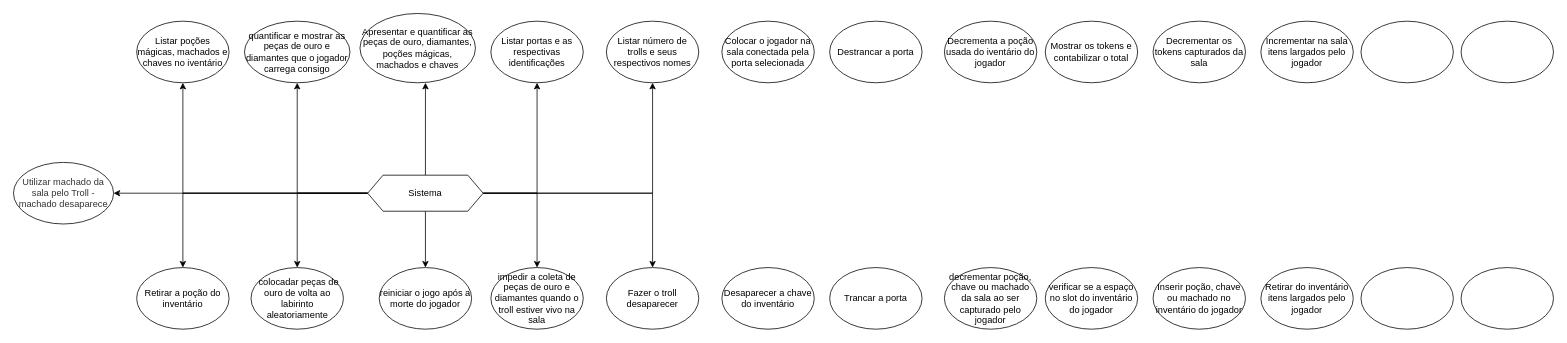
Earlier version of the draw.io diagram page "Página-1" (1 of 3) of Operacoes.drawio (renanreyc/EngenhariaDeSoftware). Source tidied: cells renumbered, new cells numbered last; positions are measured from the earlier drawing's top-left corner, leaving out a move shared by most shapes. Both pictures are drawn from the tidied source at 77%, with x=0, y=0 at pixel (13, 13).
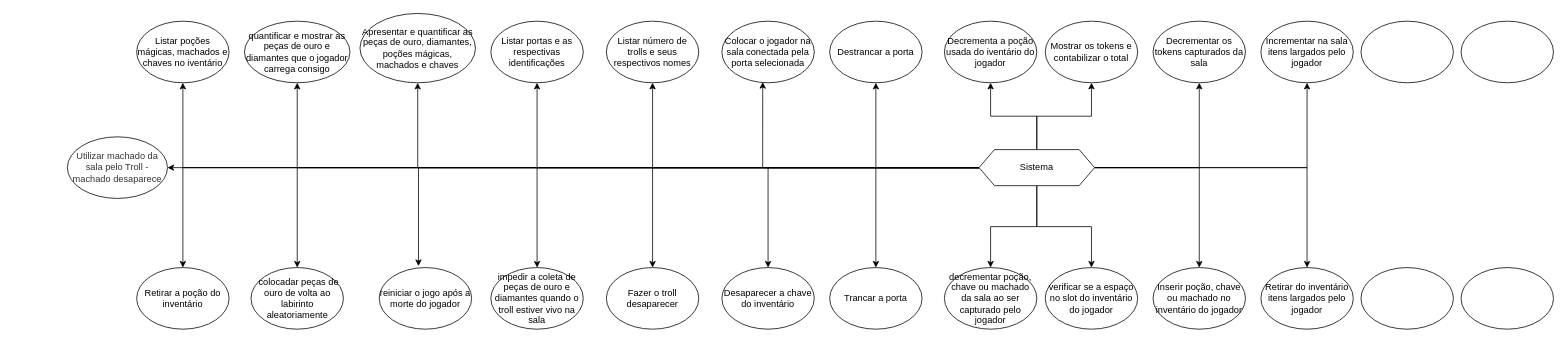
Above is the later version.

Unchanged cells that the change refers to:
```xml
<mxCell id="16" value="&lt;span&gt;Apresentar e quantificar as peças de ouro, diamantes, poções mágicas, machados e chaves&lt;/span&gt;" style="ellipse;whiteSpace=wrap;html=1;" parent="1" vertex="1">
  <mxGeometry x="450" width="150" height="90" as="geometry" />
</mxCell>
<mxCell id="17" value="&lt;span&gt;Listar portas e as respectivas identificações&lt;/span&gt;" style="ellipse;whiteSpace=wrap;html=1;" parent="1" vertex="1">
  <mxGeometry x="620" y="10" width="120" height="80" as="geometry" />
</mxCell>
<mxCell id="18" value="&lt;span&gt;Listar número de trolls e seus respectivos nomes&lt;/span&gt;" style="ellipse;whiteSpace=wrap;html=1;" parent="1" vertex="1">
  <mxGeometry x="770" y="10" width="120" height="80" as="geometry" />
</mxCell>
<mxCell id="22" value="reiniciar o jogo após a morte do jogador" style="ellipse;whiteSpace=wrap;html=1;" parent="1" vertex="1">
  <mxGeometry x="475" y="330" width="120" height="80" as="geometry" />
</mxCell>
<mxCell id="23" value="impedir a coleta de peças de ouro e diamantes quando o troll estiver vivo na sala" style="ellipse;whiteSpace=wrap;html=1;" parent="1" vertex="1">
  <mxGeometry x="620" y="330" width="120" height="80" as="geometry" />
</mxCell>
<mxCell id="24" value="Fazer o troll desaparecer" style="ellipse;whiteSpace=wrap;html=1;" parent="1" vertex="1">
  <mxGeometry x="770" y="330" width="120" height="80" as="geometry" />
</mxCell>
<mxCell id="25" value="Colocar o jogador na sala conectada pela porta selecionada" style="ellipse;whiteSpace=wrap;html=1;" parent="1" vertex="1">
  <mxGeometry x="920" y="10" width="120" height="80" as="geometry" />
</mxCell>
<mxCell id="26" value="Desaparecer a chave do inventário" style="ellipse;whiteSpace=wrap;html=1;" parent="1" vertex="1">
  <mxGeometry x="920" y="330" width="120" height="80" as="geometry" />
</mxCell>
<mxCell id="27" value="Destrancar a porta" style="ellipse;whiteSpace=wrap;html=1;" parent="1" vertex="1">
  <mxGeometry x="1060" y="10" width="120" height="80" as="geometry" />
</mxCell>
<mxCell id="28" value="Trancar a porta" style="ellipse;whiteSpace=wrap;html=1;" parent="1" vertex="1">
  <mxGeometry x="1060" y="330" width="120" height="80" as="geometry" />
</mxCell>
<mxCell id="29" value="Decrementa a poção usada do iventário do jogador" style="ellipse;whiteSpace=wrap;html=1;" parent="1" vertex="1">
  <mxGeometry x="1209" y="10" width="120" height="80" as="geometry" />
</mxCell>
<mxCell id="30" value="decrementar poção, chave ou machado da sala ao ser capturado pelo jogador" style="ellipse;whiteSpace=wrap;html=1;" parent="1" vertex="1">
  <mxGeometry x="1209" y="330" width="120" height="80" as="geometry" />
</mxCell>
<mxCell id="31" value="Mostrar os tokens e contabilizar o total" style="ellipse;whiteSpace=wrap;html=1;" parent="1" vertex="1">
  <mxGeometry x="1340" y="10" width="120" height="80" as="geometry" />
</mxCell>
<mxCell id="32" value="verificar se a espaço no slot do inventário do jogador" style="ellipse;whiteSpace=wrap;html=1;" parent="1" vertex="1">
  <mxGeometry x="1340" y="330" width="120" height="80" as="geometry" />
</mxCell>
<mxCell id="33" value="Decrementar os tokens capturados da sala" style="ellipse;whiteSpace=wrap;html=1;" parent="1" vertex="1">
  <mxGeometry x="1480" y="10" width="120" height="80" as="geometry" />
</mxCell>
<mxCell id="34" value="Inserir poção, chave ou machado no inventário do jogador" style="ellipse;whiteSpace=wrap;html=1;" parent="1" vertex="1">
  <mxGeometry x="1480" y="330" width="120" height="80" as="geometry" />
</mxCell>
<mxCell id="35" value="Incrementar na sala itens largados pelo jogador" style="ellipse;whiteSpace=wrap;html=1;" parent="1" vertex="1">
  <mxGeometry x="1620" y="10" width="120" height="80" as="geometry" />
</mxCell>
<mxCell id="36" value="Retirar do inventário itens largados pelo jogador" style="ellipse;whiteSpace=wrap;html=1;" parent="1" vertex="1">
  <mxGeometry x="1620" y="330" width="120" height="80" as="geometry" />
</mxCell>
```

What changed in the source:
```diff
@@
-    <mxCell id="5" style="edgeStyle=orthogonalEdgeStyle;rounded=0;jettySize=auto;html=1;exitX=0.5;exitY=0;exitDx=0;exitDy=0;entryX=0.567;entryY=1;entryDx=0;entryDy=0;entryPerimeter=0;" parent="1" edge="1" source="13" target="16">
+    <mxCell id="5" style="edgeStyle=orthogonalEdgeStyle;rounded=0;jettySize=auto;html=1;exitX=0;exitY=0.5;exitDx=0;exitDy=0;entryX=0.5;entryY=1;entryDx=0;entryDy=0;" parent="1" edge="1" source="13" target="16">
       <mxGeometry relative="1" as="geometry" />
     </mxCell>
+    <mxCell id="9" style="edgeStyle=orthogonalEdgeStyle;rounded=0;jettySize=auto;html=1;exitX=0;exitY=0.5;exitDx=0;exitDy=0;entryX=0.5;entryY=1;entryDx=0;entryDy=0;" parent="1" edge="1" source="13" target="17">
+      <mxGeometry relative="1" as="geometry" />
+    </mxCell>
+    <mxCell id="10" style="edgeStyle=orthogonalEdgeStyle;rounded=0;jettySize=auto;html=1;exitX=0;exitY=0.5;exitDx=0;exitDy=0;entryX=0.5;entryY=1;entryDx=0;entryDy=0;" parent="1" edge="1" source="13" target="18">
+      <mxGeometry relative="1" as="geometry" />
+    </mxCell>
+    <mxCell id="41" style="edgeStyle=orthogonalEdgeStyle;rounded=0;jettySize=auto;html=1;exitX=0;exitY=0.5;exitDx=0;exitDy=0;entryX=0.442;entryY=0.988;entryDx=0;entryDy=0;entryPerimeter=0;" parent="1" edge="1" source="13" target="25">
+      <mxGeometry relative="1" as="geometry" />
+    </mxCell>
+    <mxCell id="42" style="edgeStyle=orthogonalEdgeStyle;rounded=0;jettySize=auto;html=1;exitX=0;exitY=0.5;exitDx=0;exitDy=0;" parent="1" edge="1" source="13" target="27">
+      <mxGeometry relative="1" as="geometry" />
+    </mxCell>
@@
-    <mxCell id="8" style="edgeStyle=orthogonalEdgeStyle;rounded=0;jettySize=auto;html=1;exitX=0.5;exitY=1;exitDx=0;exitDy=0;entryX=0.5;entryY=0;entryDx=0;entryDy=0;" parent="1" edge="1" source="13" target="22">
+    <mxCell id="8" style="edgeStyle=orthogonalEdgeStyle;rounded=0;jettySize=auto;html=1;exitX=0;exitY=0.5;exitDx=0;exitDy=0;entryX=0.425;entryY=-0.025;entryDx=0;entryDy=0;entryPerimeter=0;" parent="1" edge="1" source="13" target="22">
       <mxGeometry relative="1" as="geometry" />
     </mxCell>
-    <mxCell id="9" style="edgeStyle=orthogonalEdgeStyle;rounded=0;jettySize=auto;html=1;exitX=1;exitY=0.5;exitDx=0;exitDy=0;" parent="1" edge="1" source="13" target="17">
-      <mxGeometry relative="1" as="geometry" />
-    </mxCell>
-    <mxCell id="10" style="edgeStyle=orthogonalEdgeStyle;rounded=0;jettySize=auto;html=1;exitX=1;exitY=0.5;exitDx=0;exitDy=0;entryX=0.5;entryY=1;entryDx=0;entryDy=0;" parent="1" edge="1" source="13" target="18">
-      <mxGeometry relative="1" as="geometry" />
-    </mxCell>
-    <mxCell id="11" style="edgeStyle=orthogonalEdgeStyle;rounded=0;jettySize=auto;html=1;exitX=1;exitY=0.5;exitDx=0;exitDy=0;" parent="1" edge="1" source="13" target="23">
+    <mxCell id="11" style="edgeStyle=orthogonalEdgeStyle;rounded=0;jettySize=auto;html=1;exitX=0;exitY=0.5;exitDx=0;exitDy=0;entryX=0.5;entryY=0;entryDx=0;entryDy=0;" parent="1" edge="1" source="13" target="23">
       <mxGeometry relative="1" as="geometry" />
     </mxCell>
-    <mxCell id="12" style="edgeStyle=orthogonalEdgeStyle;rounded=0;jettySize=auto;html=1;exitX=1;exitY=0.5;exitDx=0;exitDy=0;" parent="1" edge="1" source="13" target="24">
+    <mxCell id="12" style="edgeStyle=orthogonalEdgeStyle;rounded=0;jettySize=auto;html=1;exitX=0;exitY=0.5;exitDx=0;exitDy=0;entryX=0.5;entryY=0;entryDx=0;entryDy=0;" parent="1" edge="1" source="13" target="24">
       <mxGeometry relative="1" as="geometry" />
     </mxCell>
+    <mxCell id="43" style="edgeStyle=orthogonalEdgeStyle;rounded=0;jettySize=auto;html=1;exitX=0;exitY=0.5;exitDx=0;exitDy=0;" parent="1" edge="1" source="13" target="26">
+      <mxGeometry relative="1" as="geometry" />
+    </mxCell>
+    <mxCell id="44" style="edgeStyle=orthogonalEdgeStyle;rounded=0;jettySize=auto;html=1;exitX=0;exitY=0.5;exitDx=0;exitDy=0;entryX=0.5;entryY=0;entryDx=0;entryDy=0;" parent="1" edge="1" source="13" target="28">
+      <mxGeometry relative="1" as="geometry" />
+    </mxCell>
+    <mxCell id="45" style="edgeStyle=orthogonalEdgeStyle;rounded=0;jettySize=auto;html=1;exitX=0.5;exitY=0;exitDx=0;exitDy=0;entryX=0.5;entryY=1;entryDx=0;entryDy=0;" parent="1" edge="1" source="13" target="29">
+      <mxGeometry relative="1" as="geometry" />
+    </mxCell>
+    <mxCell id="46" style="edgeStyle=orthogonalEdgeStyle;rounded=0;jettySize=auto;html=1;exitX=0.5;exitY=0;exitDx=0;exitDy=0;entryX=0.5;entryY=1;entryDx=0;entryDy=0;" parent="1" edge="1" source="13" target="31">
+      <mxGeometry relative="1" as="geometry" />
+    </mxCell>
+    <mxCell id="47" style="edgeStyle=orthogonalEdgeStyle;rounded=0;jettySize=auto;html=1;exitX=0.5;exitY=1;exitDx=0;exitDy=0;entryX=0.5;entryY=0;entryDx=0;entryDy=0;" parent="1" edge="1" source="13" target="30">
+      <mxGeometry relative="1" as="geometry" />
+    </mxCell>
+    <mxCell id="48" style="edgeStyle=orthogonalEdgeStyle;rounded=0;jettySize=auto;html=1;exitX=0.5;exitY=1;exitDx=0;exitDy=0;entryX=0.5;entryY=0;entryDx=0;entryDy=0;" parent="1" edge="1" source="13" target="32">
+      <mxGeometry relative="1" as="geometry" />
+    </mxCell>
+    <mxCell id="49" style="edgeStyle=orthogonalEdgeStyle;rounded=0;jettySize=auto;html=1;exitX=1;exitY=0.5;exitDx=0;exitDy=0;entryX=0.5;entryY=1;entryDx=0;entryDy=0;" parent="1" edge="1" source="13" target="33">
+      <mxGeometry relative="1" as="geometry" />
+    </mxCell>
+    <mxCell id="50" style="edgeStyle=orthogonalEdgeStyle;rounded=0;jettySize=auto;html=1;exitX=1;exitY=0.5;exitDx=0;exitDy=0;entryX=0.5;entryY=0;entryDx=0;entryDy=0;" parent="1" edge="1" source="13" target="34">
+      <mxGeometry relative="1" as="geometry" />
+    </mxCell>
+    <mxCell id="51" style="edgeStyle=orthogonalEdgeStyle;rounded=0;jettySize=auto;html=1;exitX=1;exitY=0.5;exitDx=0;exitDy=0;entryX=0.5;entryY=1;entryDx=0;entryDy=0;" parent="1" edge="1" source="13" target="35">
+      <mxGeometry relative="1" as="geometry" />
+    </mxCell>
+    <mxCell id="52" style="edgeStyle=orthogonalEdgeStyle;rounded=0;jettySize=auto;html=1;exitX=1;exitY=0.5;exitDx=0;exitDy=0;" parent="1" edge="1" source="13" target="36">
+      <mxGeometry relative="1" as="geometry" />
+    </mxCell>
     <mxCell id="13" value="Sistema" style="shape=hexagon;perimeter=hexagonPerimeter2;whiteSpace=wrap;html=1;fixedSize=1;" parent="1" vertex="1">
-      <mxGeometry x="460" y="210" width="150" height="46.8" as="geometry" />
+      <mxGeometry x="1254" y="176.8" width="150" height="46.8" as="geometry" />
     </mxCell>
@@
     <mxCell id="19" value="&lt;span style=&quot;color: rgb(51 , 51 , 51)&quot;&gt;Utilizar machado da sala pelo Troll - machado desaparece&lt;/span&gt;" style="ellipse;whiteSpace=wrap;html=1;" parent="1" vertex="1">
-      <mxGeometry y="193.4" width="130" height="80" as="geometry" />
+      <mxGeometry x="70" y="160.2" width="130" height="80" as="geometry" />
     </mxCell>
```
